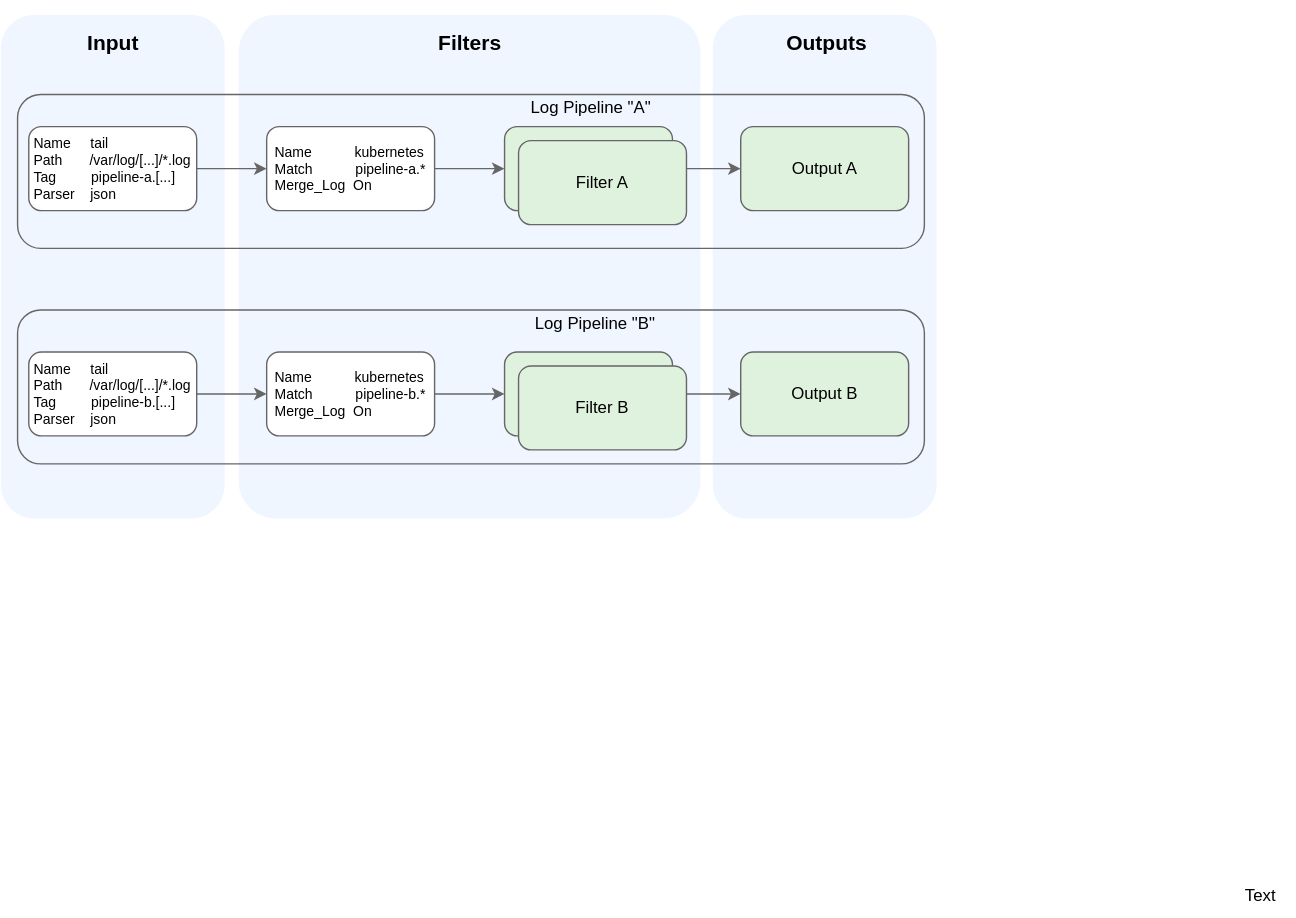
The draw.io diagram docs/user/assets/logs-pipelines.drawio.svg in kyma-project/telemetry-manager, before a commit. Source tidied: cells renumbered, new cells last; positions are measured from the earlier drawing's top-left corner, leaving out a move shared by most shapes.
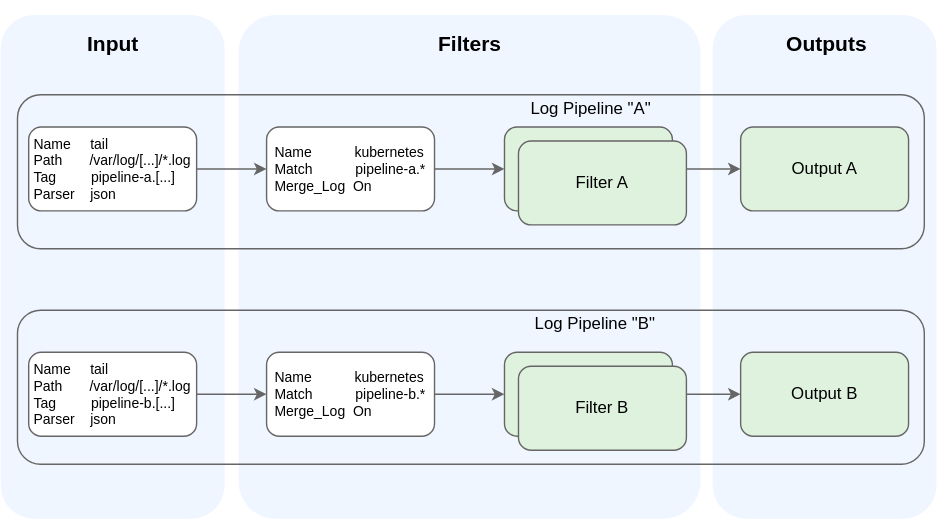
The same file after the commit.

Commit message:
docs: Remove unintended caption from logpipeline figure

Diff of the diagram source:
```diff
@@ -68,9 +68,6 @@
     <mxCell id="23" value="&lt;div style=&quot;text-align: justify&quot;&gt;&lt;font style=&quot;font-size: 12px&quot;&gt;Filter B&lt;/font&gt;&lt;/div&gt;" style="rounded=1;whiteSpace=wrap;html=1;fillColor=#DEF2DD;strokeColor=#666666;fontColor=#000000;" parent="1" vertex="1">
       <mxGeometry x="370" y="261" width="120" height="60" as="geometry" />
     </mxCell>
-    <mxCell id="24" value="Text" style="text;html=1;align=center;verticalAlign=middle;fillColor=none;strokeColor=none;rounded=0;" parent="1" vertex="1">
-      <mxGeometry x="875" y="625" width="50" height="30" as="geometry" />
-    </mxCell>
     <mxCell id="25" value="&lt;div style=&quot;text-align: justify ; font-size: 10px&quot;&gt;&lt;font style=&quot;font-size: 10px&quot;&gt;Name&amp;nbsp; &amp;nbsp; &amp;nbsp;tail&lt;/font&gt;&lt;/div&gt;&lt;div style=&quot;text-align: justify ; font-size: 10px&quot;&gt;&lt;font style=&quot;font-size: 10px&quot;&gt;Path&amp;nbsp; &amp;nbsp; &amp;nbsp; &amp;nbsp;/var/log/[...]/*.log&lt;/font&gt;&lt;/div&gt;&lt;div style=&quot;text-align: justify ; font-size: 10px&quot;&gt;&lt;font style=&quot;font-size: 10px&quot;&gt;Tag&amp;nbsp; &amp;nbsp; &amp;nbsp; &amp;nbsp; &amp;nbsp;pipeline-b.[...]&lt;/font&gt;&lt;/div&gt;&lt;div style=&quot;text-align: justify ; font-size: 10px&quot;&gt;&lt;font style=&quot;font-size: 10px&quot;&gt;Parser&amp;nbsp; &amp;nbsp; json&amp;nbsp;&lt;/font&gt;&lt;/div&gt;" style="rounded=1;whiteSpace=wrap;html=1;strokeColor=#666666;" parent="1" vertex="1">
       <mxGeometry x="20" y="251" width="120" height="60" as="geometry" />
     </mxCell>
```
